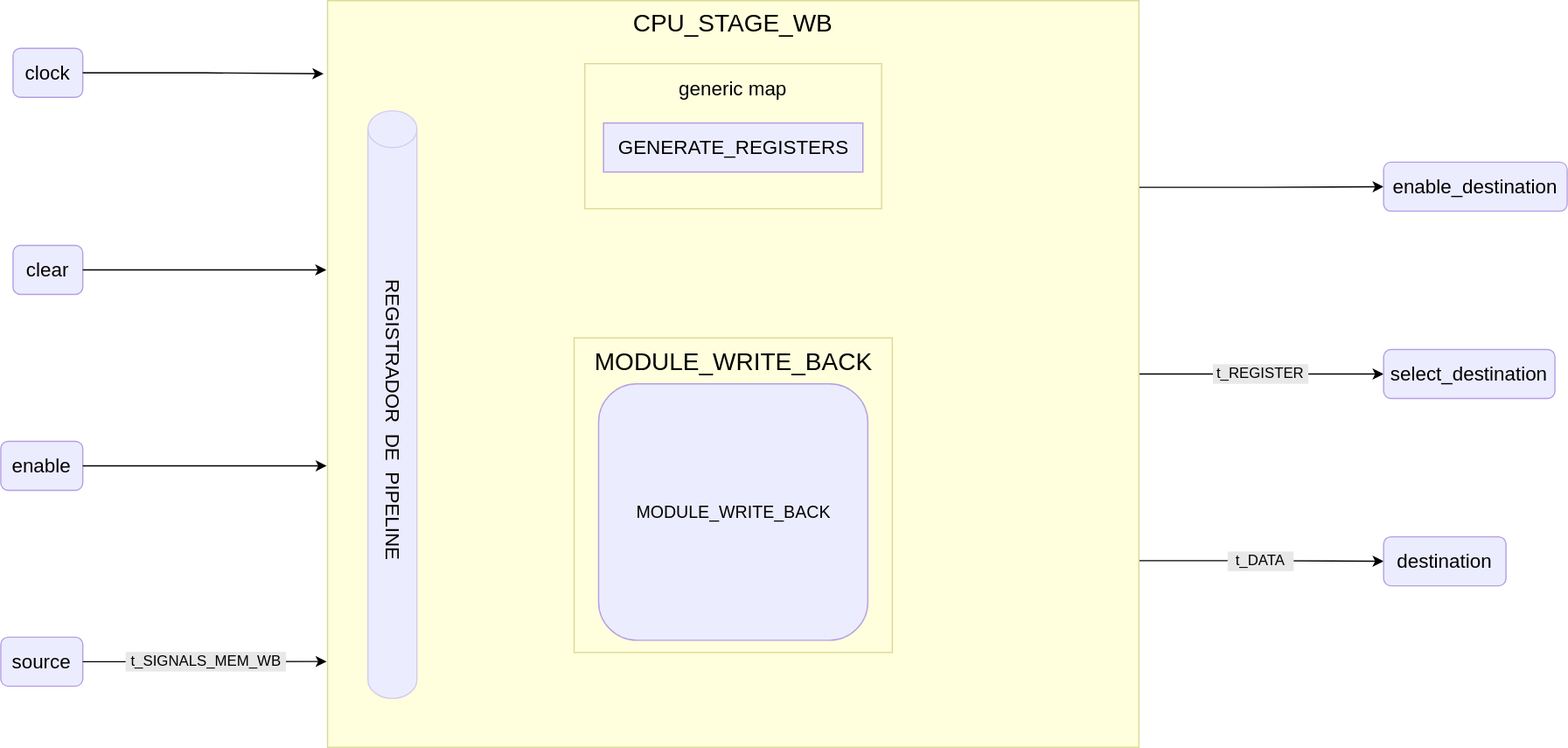
This is public/images/reference/report_components/cpu_stage_wb.drawio.svg from insper-riscv/docs, a draw.io export, as it was before one commit. Source tidied: cells renumbered, new cells last; positions are measured from the earlier drawing's top-left corner, leaving out a move shared by most shapes.
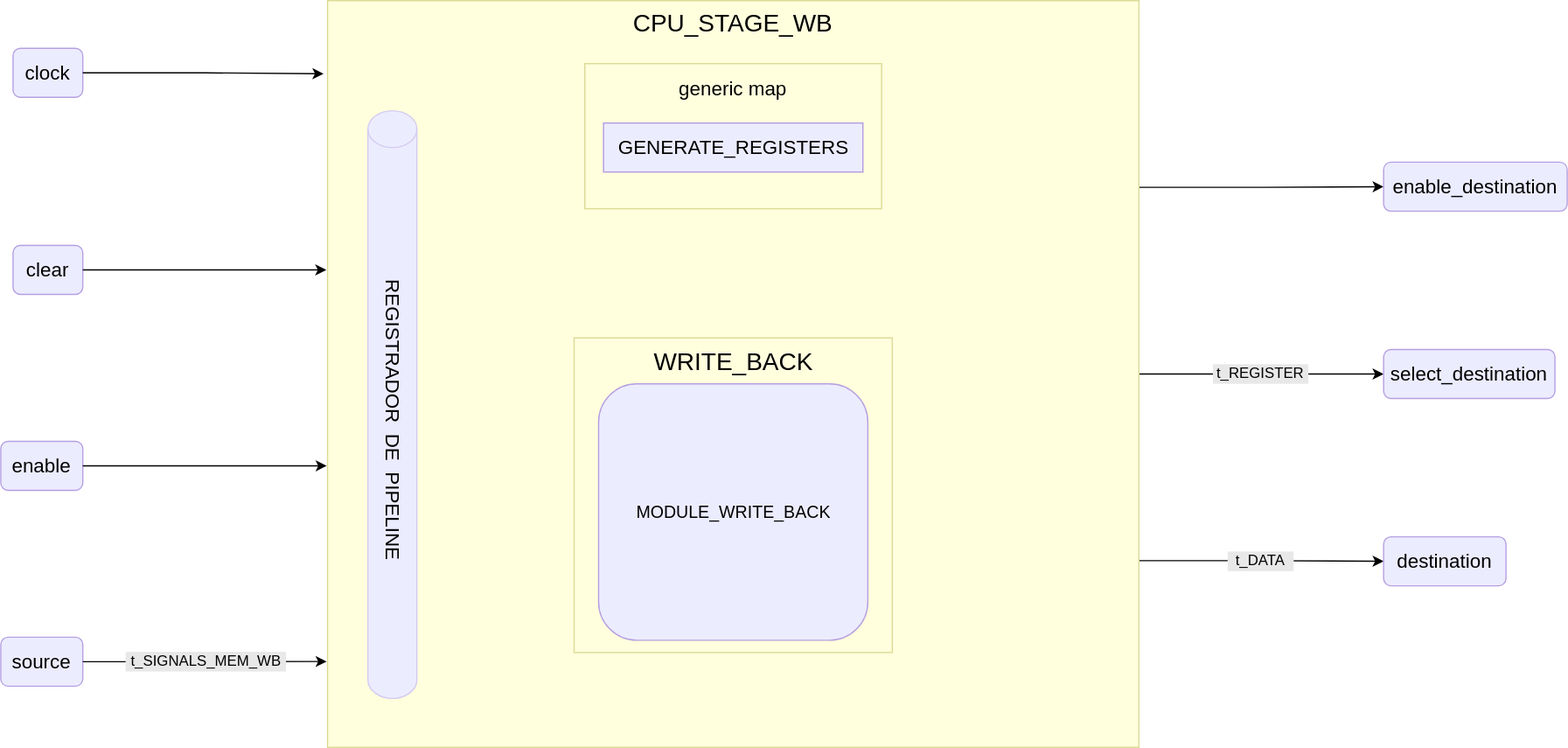
Later version of the same file.

The edit, as a diff of the source:
```diff
@@ -29,7 +29,7 @@
     <mxCell id="10" value="enable" style="rounded=1;whiteSpace=wrap;html=1;fillColor=#ececff;strokeColor=#b59fe2;fontSize=16;" parent="1" vertex="1">
       <mxGeometry y="360" width="67" height="40" as="geometry" />
     </mxCell>
-    <mxCell id="11" value="MODULE_WRITE_BACK" style="rounded=0;whiteSpace=wrap;html=1;fillColor=#ffffde;strokeColor=#dada94;verticalAlign=top;fontSize=20;spacingTop=0;" parent="1" vertex="1">
+    <mxCell id="11" value="WRITE_BACK" style="rounded=0;whiteSpace=wrap;html=1;fillColor=#ffffde;strokeColor=#dada94;verticalAlign=top;fontSize=20;spacingTop=0;" parent="1" vertex="1">
       <mxGeometry x="468.5" y="275.5" width="260" height="257" as="geometry" />
     </mxCell>
     <mxCell id="12" value="&lt;font style=&quot;font-size: 14px;&quot;&gt;MODULE_WRITE_BACK&lt;/font&gt;" style="rounded=1;whiteSpace=wrap;html=1;fillColor=#ececff;strokeColor=#b59fe2;fontSize=14;" parent="1" vertex="1">
```
